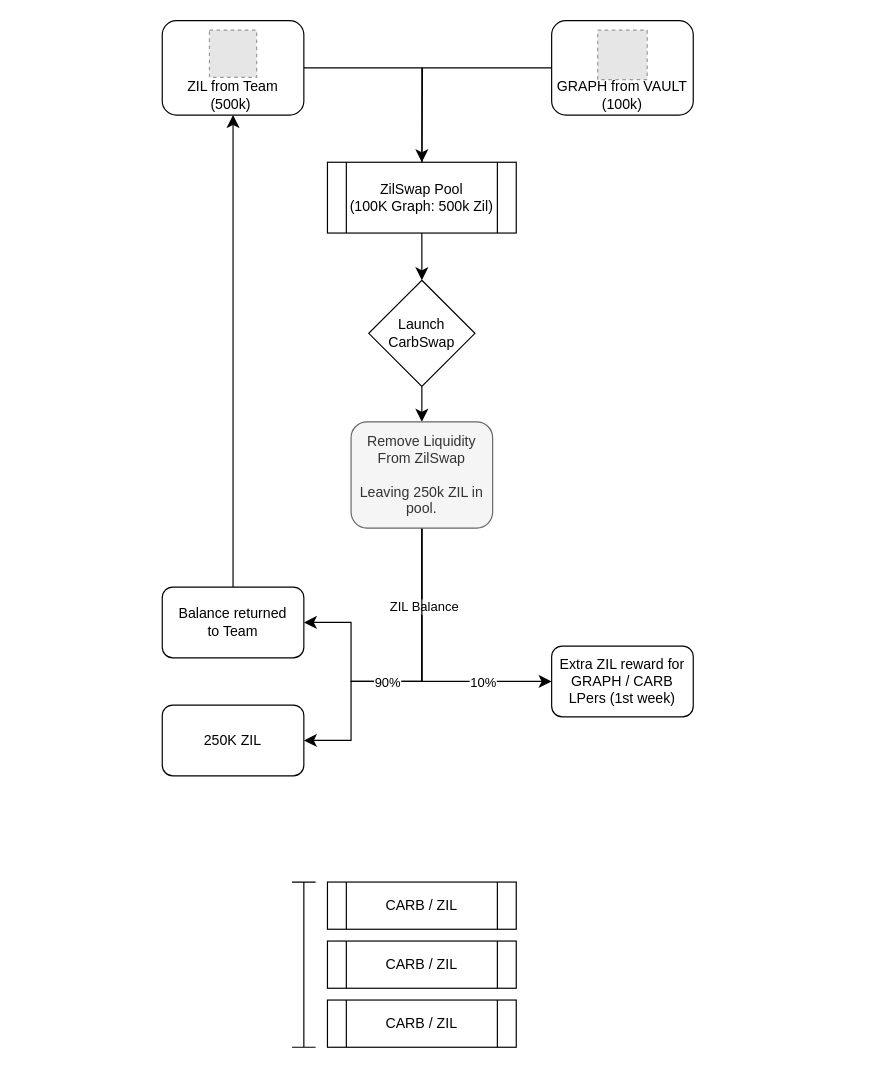
Above: carbswapflow.drawio in Carbon-Labs/Diagrams (draw.io), before the change. Source tidied: cells renumbered, new cells numbered last; positions are measured from the earlier drawing's top-left corner, leaving out a move shared by most shapes. Both pictures are drawn from the tidied source at 118%, with x=0, y=0 at pixel (162, 20). Pictures stored in the file or linked from it are replaced by grey dashed boxes.
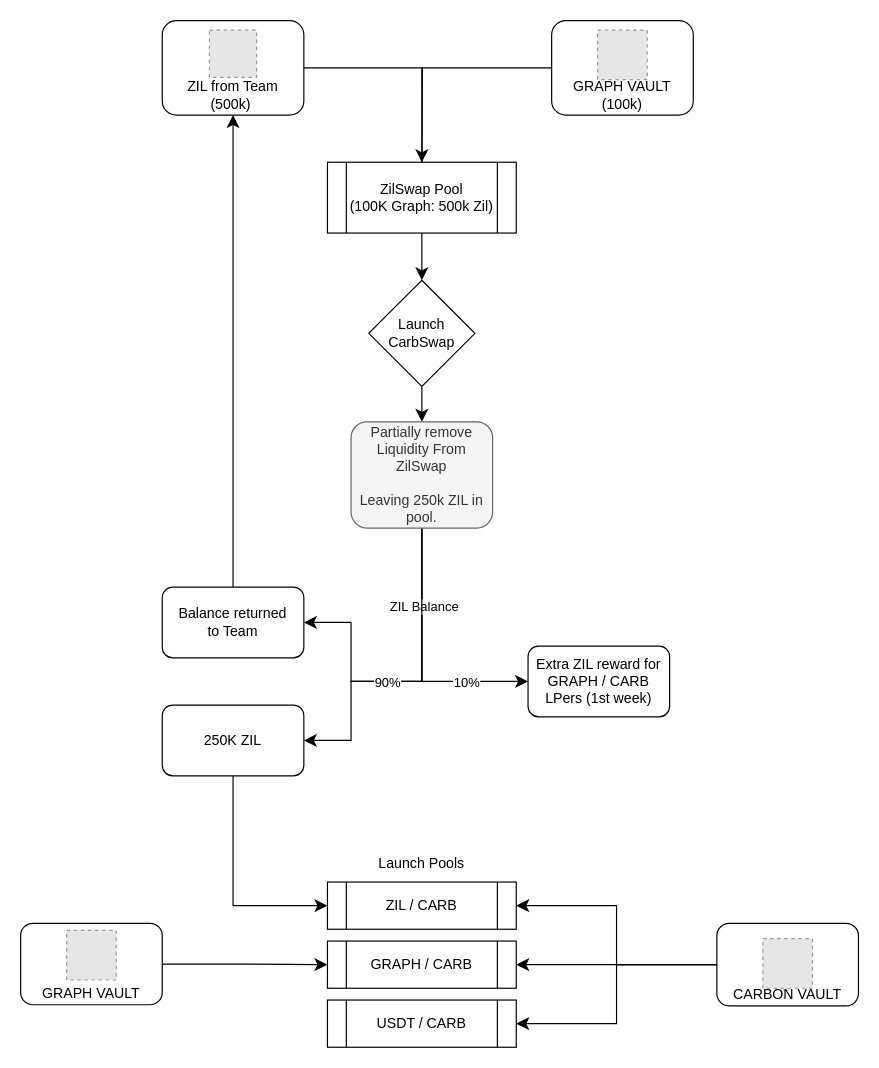
Above is the later version.

The change refers to these unchanged cells:
```xml
<mxCell id="22" value="250K ZIL" style="rounded=1;whiteSpace=wrap;html=1;verticalAlign=middle;" parent="1" vertex="1">
  <mxGeometry y="580" width="120" height="60" as="geometry" />
</mxCell>
```

The edit, as a diff of the source:
```diff
@@
-    <mxCell id="3" value="GRAPH from VAULT&lt;br&gt;(100k)" style="rounded=1;whiteSpace=wrap;html=1;fontSize=12;glass=0;strokeWidth=1;shadow=0;verticalAlign=bottom;" parent="1" vertex="1">
+    <mxCell id="3" value="GRAPH VAULT&lt;br&gt;(100k)" style="rounded=1;whiteSpace=wrap;html=1;fontSize=12;glass=0;strokeWidth=1;shadow=0;verticalAlign=bottom;" parent="1" vertex="1">
       <mxGeometry x="330" width="120" height="80" as="geometry" />
     </mxCell>
@@
-    <mxCell id="18" value="Remove Liquidity From ZilSwap&lt;br&gt;&lt;br&gt;Leaving 250k ZIL in pool." style="rounded=1;whiteSpace=wrap;html=1;verticalAlign=middle;fillColor=#f5f5f5;fontColor=#333333;strokeColor=#666666;" parent="1" vertex="1">
+    <mxCell id="18" value="Partially remove Liquidity From ZilSwap&lt;br&gt;&lt;br&gt;Leaving 250k ZIL in pool." style="rounded=1;whiteSpace=wrap;html=1;verticalAlign=middle;fillColor=#f5f5f5;fontColor=#333333;strokeColor=#666666;" parent="1" vertex="1">
       <mxGeometry x="160" y="340" width="120" height="90" as="geometry" />
     </mxCell>
     <mxCell id="19" value="Extra ZIL reward for GRAPH / CARB&lt;br&gt;LPers (1st week)" style="rounded=1;whiteSpace=wrap;html=1;verticalAlign=middle;" parent="1" vertex="1">
-      <mxGeometry x="330" y="530" width="120" height="60" as="geometry" />
+      <mxGeometry x="310" y="530" width="120" height="60" as="geometry" />
     </mxCell>
@@
+    <mxCell id="27" style="edgeStyle=orthogonalEdgeStyle;rounded=0;jettySize=auto;html=1;exitX=0.5;exitY=1;exitDx=0;exitDy=0;entryX=0;entryY=0.5;entryDx=0;entryDy=0;endArrow=classic;endFill=1;endSize=8;" parent="1" edge="1" source="22" target="23">
+      <mxGeometry relative="1" as="geometry" />
+    </mxCell>
@@
-    <mxCell id="23" value="CARB / ZIL" style="shape=process;whiteSpace=wrap;html=1;backgroundOutline=1;" parent="1" vertex="1">
+    <mxCell id="23" value="ZIL / CARB" style="shape=process;whiteSpace=wrap;html=1;backgroundOutline=1;" parent="1" vertex="1">
       <mxGeometry x="140" y="730" width="160" height="40" as="geometry" />
     </mxCell>
-    <mxCell id="24" value="CARB / ZIL" style="shape=process;whiteSpace=wrap;html=1;backgroundOutline=1;" parent="1" vertex="1">
+    <mxCell id="24" value="GRAPH / CARB" style="shape=process;whiteSpace=wrap;html=1;backgroundOutline=1;" parent="1" vertex="1">
       <mxGeometry x="140" y="780" width="160" height="40" as="geometry" />
     </mxCell>
-    <mxCell id="25" value="CARB / ZIL" style="shape=process;whiteSpace=wrap;html=1;backgroundOutline=1;" parent="1" vertex="1">
+    <mxCell id="25" value="USDT / CARB" style="shape=process;whiteSpace=wrap;html=1;backgroundOutline=1;" parent="1" vertex="1">
       <mxGeometry x="140" y="830" width="160" height="40" as="geometry" />
     </mxCell>
-    <mxCell id="26" style="shape=crossbar;whiteSpace=wrap;html=1;rounded=1;direction=south;verticalAlign=middle;" parent="1" vertex="1">
-      <mxGeometry x="110" y="730" width="20" height="140" as="geometry" />
-    </mxCell>
+    <mxCell id="28" value="Launch Pools" style="text;html=1;strokeColor=none;fillColor=none;align=center;verticalAlign=middle;whiteSpace=wrap;rounded=0;" parent="1" vertex="1">
+      <mxGeometry x="175" y="700" width="90" height="30" as="geometry" />
+    </mxCell>
+    <mxCell id="29" style="edgeStyle=orthogonalEdgeStyle;rounded=0;jettySize=auto;html=1;exitX=0;exitY=0.5;exitDx=0;exitDy=0;entryX=1;entryY=0.5;entryDx=0;entryDy=0;endArrow=classic;endFill=1;endSize=8;" parent="1" edge="1" source="32" target="23">
+      <mxGeometry relative="1" as="geometry" />
+    </mxCell>
+    <mxCell id="30" style="edgeStyle=orthogonalEdgeStyle;rounded=0;jettySize=auto;html=1;exitX=0;exitY=0.5;exitDx=0;exitDy=0;entryX=1;entryY=0.5;entryDx=0;entryDy=0;endArrow=classic;endFill=1;endSize=8;" parent="1" edge="1" source="32" target="24">
+      <mxGeometry relative="1" as="geometry" />
+    </mxCell>
+    <mxCell id="31" style="edgeStyle=orthogonalEdgeStyle;rounded=0;jettySize=auto;html=1;exitX=0;exitY=0.5;exitDx=0;exitDy=0;entryX=1;entryY=0.5;entryDx=0;entryDy=0;endArrow=classic;endFill=1;endSize=8;" parent="1" edge="1" source="32" target="25">
+      <mxGeometry relative="1" as="geometry" />
+    </mxCell>
+    <mxCell id="32" value="CARBON VAULT" style="rounded=1;whiteSpace=wrap;html=1;fontSize=12;glass=0;strokeWidth=1;shadow=0;verticalAlign=bottom;" parent="1" vertex="1">
+      <mxGeometry x="470" y="765" width="120" height="70" as="geometry" />
+    </mxCell>
+    <mxCell id="33" style="fillColor=#E6E6E6;strokeColor=#999999;dashed=1;verticalLabelPosition=bottom;labelBackgroundColor=#ffffff;verticalAlign=top;" parent="1" vertex="1">
+      <mxGeometry x="509" y="778" width="42" height="42" as="geometry" />
+    </mxCell>
+    <mxCell id="34" style="edgeStyle=orthogonalEdgeStyle;rounded=0;jettySize=auto;html=1;exitX=1;exitY=0.5;exitDx=0;exitDy=0;entryX=0;entryY=0.5;entryDx=0;entryDy=0;endArrow=classic;endFill=1;endSize=8;" parent="1" edge="1" source="35" target="24">
+      <mxGeometry relative="1" as="geometry" />
+    </mxCell>
+    <mxCell id="35" value="GRAPH VAULT" style="rounded=1;whiteSpace=wrap;html=1;fontSize=12;glass=0;strokeWidth=1;shadow=0;verticalAlign=bottom;" parent="1" vertex="1">
+      <mxGeometry x="-120" y="765" width="120" height="69" as="geometry" />
+    </mxCell>
+    <mxCell id="36" style="fillColor=#E6E6E6;strokeColor=#999999;dashed=1;verticalLabelPosition=bottom;labelBackgroundColor=#ffffff;verticalAlign=top;" parent="1" vertex="1">
+      <mxGeometry x="-81" y="771" width="42" height="42" as="geometry" />
+    </mxCell>
```
